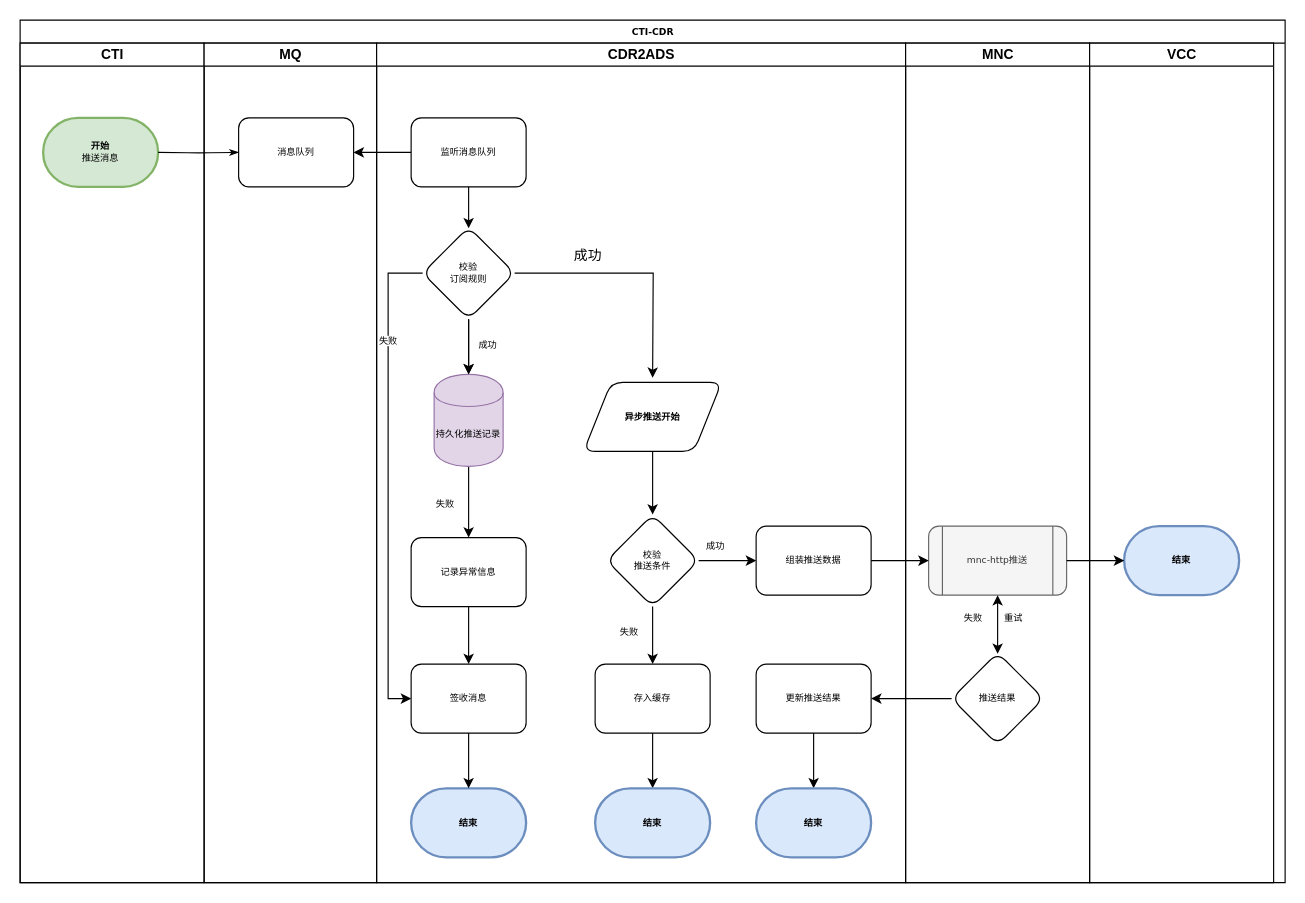
The draw.io diagram cdr2ads.drawio in brahao/draw.io, before the edit. Source tidied: cells renumbered, new cells numbered last; positions are measured from the earlier drawing's top-left corner, leaving out a move shared by most shapes. Both pictures are drawn from the tidied source at 115%, with x=0, y=0 at pixel (20, 20).
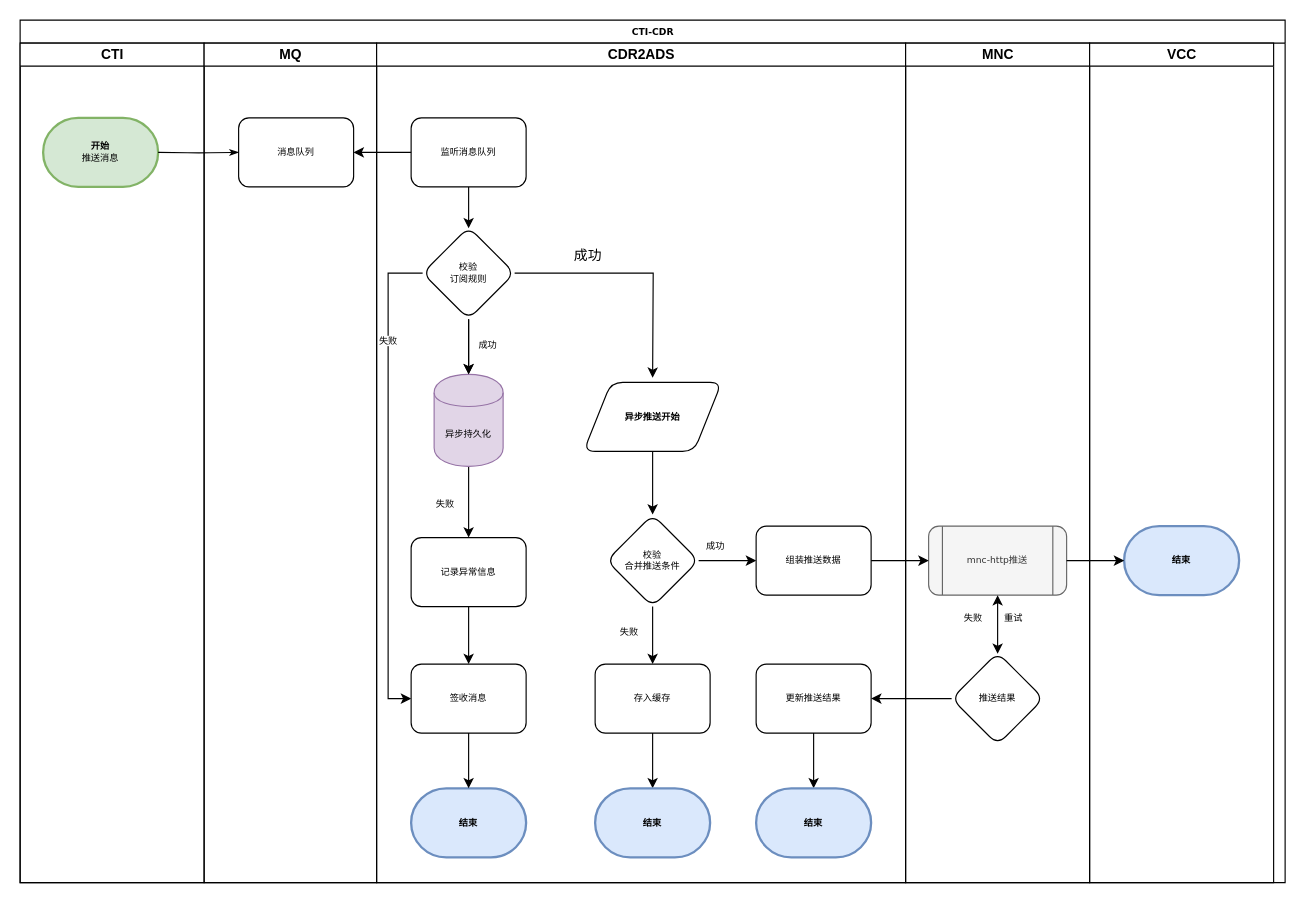
Above is the later version.

The change refers to these unchanged cells:
```xml
<mxCell id="8" value="CDR2ADS" style="swimlane;html=1;startSize=20;" parent="2" vertex="1">
  <mxGeometry x="310" y="20" width="460" height="730" as="geometry" />
</mxCell>
```

Diff of the diagram source:
```diff
@@
-    <mxCell id="12" value="持久化推送记录" style="shape=cylinder;whiteSpace=wrap;html=1;boundedLbl=1;backgroundOutline=1;rounded=1;shadow=0;strokeWidth=1;fontFamily=Verdana;fontSize=8;fillColor=#e1d5e7;strokeColor=#9673a6;" parent="8" vertex="1">
+    <mxCell id="12" value="异步持久化" style="shape=cylinder;whiteSpace=wrap;html=1;boundedLbl=1;backgroundOutline=1;rounded=1;shadow=0;strokeWidth=1;fontFamily=Verdana;fontSize=8;fillColor=#e1d5e7;strokeColor=#9673a6;" parent="8" vertex="1">
       <mxGeometry x="50" y="288" width="60" height="80" as="geometry" />
     </mxCell>
@@
-    <mxCell id="26" value="校验&lt;br&gt;推送条件" style="rhombus;whiteSpace=wrap;html=1;rounded=1;shadow=0;strokeWidth=1;fontFamily=Verdana;fontSize=8;" parent="8" vertex="1">
+    <mxCell id="26" value="校验&lt;br&gt;合并推送条件" style="rhombus;whiteSpace=wrap;html=1;rounded=1;shadow=0;strokeWidth=1;fontFamily=Verdana;fontSize=8;" parent="8" vertex="1">
       <mxGeometry x="200" y="410" width="80" height="80" as="geometry" />
     </mxCell>
```
